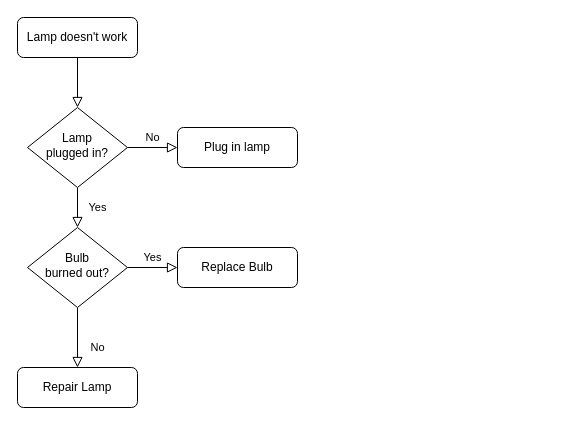
alexeysorokinkg/hello-world-samovar keeps this draw.io diagram as Untitled Diagram.drawio. Above is the earlier version. Source tidied: cells renumbered, new cells numbered last; positions are measured from the earlier drawing's top-left corner, leaving out a move shared by most shapes. Both pictures are drawn from the tidied source at 100%, with x=0, y=0 at pixel (17, 17).
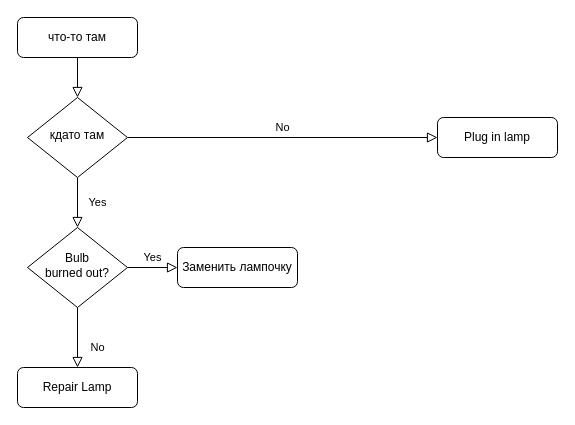
The same page after the edit.

The edit, as a diff of the source:
```diff
@@
 <mxGraphModel>
   <root>
     <mxCell id="0" />
     <mxCell id="1" parent="0" />
     <mxCell id="2" style="rounded=0;html=1;jettySize=auto;fontSize=11;endArrow=block;endFill=0;endSize=8;strokeWidth=1;shadow=0;labelBackgroundColor=none;edgeStyle=orthogonalEdgeStyle;" parent="1" edge="1" source="3" target="6">
       <mxGeometry relative="1" as="geometry" />
     </mxCell>
-    <mxCell id="3" value="Lamp doesn't work" style="rounded=1;whiteSpace=wrap;html=1;fontSize=12;glass=0;strokeWidth=1;shadow=0;" parent="1" vertex="1">
+    <mxCell id="3" value="что-то там" style="rounded=1;whiteSpace=wrap;html=1;fontSize=12;glass=0;strokeWidth=1;shadow=0;" parent="1" vertex="1">
       <mxGeometry width="120" height="40" as="geometry" />
     </mxCell>
     <mxCell id="4" value="Yes" style="rounded=0;html=1;jettySize=auto;fontSize=11;endArrow=block;endFill=0;endSize=8;strokeWidth=1;shadow=0;labelBackgroundColor=none;edgeStyle=orthogonalEdgeStyle;" parent="1" edge="1" source="6" target="10">
       <mxGeometry y="20" relative="1" as="geometry" />
     </mxCell>
     <mxCell id="5" value="No" style="edgeStyle=orthogonalEdgeStyle;rounded=0;html=1;jettySize=auto;fontSize=11;endArrow=block;endFill=0;endSize=8;strokeWidth=1;shadow=0;labelBackgroundColor=none;" parent="1" edge="1" source="6" target="7">
       <mxGeometry y="10" relative="1" as="geometry" />
     </mxCell>
-    <mxCell id="6" value="Lamp&lt;br&gt;plugged in?" style="rhombus;whiteSpace=wrap;html=1;shadow=0;fontFamily=Helvetica;fontSize=12;align=center;strokeWidth=1;spacing=6;spacingTop=-4;" parent="1" vertex="1">
-      <mxGeometry x="10" y="90" width="100" height="80" as="geometry" />
+    <mxCell id="6" value="кдато там" style="rhombus;whiteSpace=wrap;html=1;shadow=0;fontFamily=Helvetica;fontSize=12;align=center;strokeWidth=1;spacing=6;spacingTop=-4;" parent="1" vertex="1">
+      <mxGeometry x="10" y="80" width="100" height="80" as="geometry" />
     </mxCell>
     <mxCell id="7" value="Plug in lamp" style="rounded=1;whiteSpace=wrap;html=1;fontSize=12;glass=0;strokeWidth=1;shadow=0;" parent="1" vertex="1">
-      <mxGeometry x="160" y="110" width="120" height="40" as="geometry" />
+      <mxGeometry x="420" y="100" width="120" height="40" as="geometry" />
     </mxCell>
     <mxCell id="8" value="No" style="rounded=0;html=1;jettySize=auto;fontSize=11;endArrow=block;endFill=0;endSize=8;strokeWidth=1;shadow=0;labelBackgroundColor=none;edgeStyle=orthogonalEdgeStyle;" parent="1" edge="1" source="10" target="11">
       <mxGeometry x="0.33" y="20" relative="1" as="geometry" />
     </mxCell>
     <mxCell id="9" value="Yes" style="edgeStyle=orthogonalEdgeStyle;rounded=0;html=1;jettySize=auto;fontSize=11;endArrow=block;endFill=0;endSize=8;strokeWidth=1;shadow=0;labelBackgroundColor=none;" parent="1" edge="1" source="10" target="12">
       <mxGeometry y="10" relative="1" as="geometry" />
     </mxCell>
     <mxCell id="10" value="Bulb&lt;br&gt;burned out?" style="rhombus;whiteSpace=wrap;html=1;shadow=0;fontFamily=Helvetica;fontSize=12;align=center;strokeWidth=1;spacing=6;spacingTop=-4;" parent="1" vertex="1">
       <mxGeometry x="10" y="210" width="100" height="80" as="geometry" />
     </mxCell>
     <mxCell id="11" value="Repair Lamp" style="rounded=1;whiteSpace=wrap;html=1;fontSize=12;glass=0;strokeWidth=1;shadow=0;" parent="1" vertex="1">
       <mxGeometry y="350" width="120" height="40" as="geometry" />
     </mxCell>
-    <mxCell id="12" value="Replace Bulb" style="rounded=1;whiteSpace=wrap;html=1;fontSize=12;glass=0;strokeWidth=1;shadow=0;" parent="1" vertex="1">
+    <mxCell id="12" value="Заменить лампочку" style="rounded=1;whiteSpace=wrap;html=1;fontSize=12;glass=0;strokeWidth=1;shadow=0;" parent="1" vertex="1">
       <mxGeometry x="160" y="230" width="120" height="40" as="geometry" />
     </mxCell>
   </root>
 </mxGraphModel>
```
